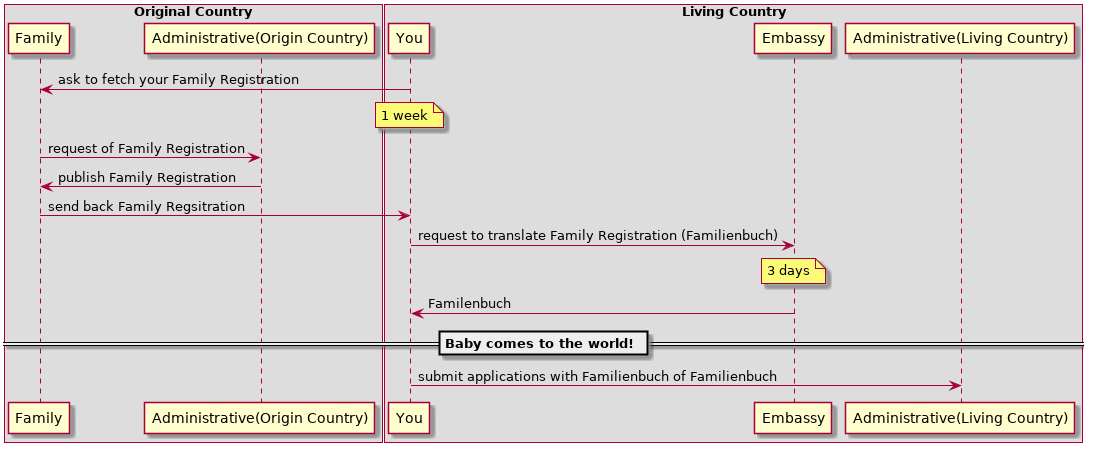
camparijet/camparijet.github.io keeps this PlantUML diagram as images/en_sequence_with_family.png. Above is the earlier version.
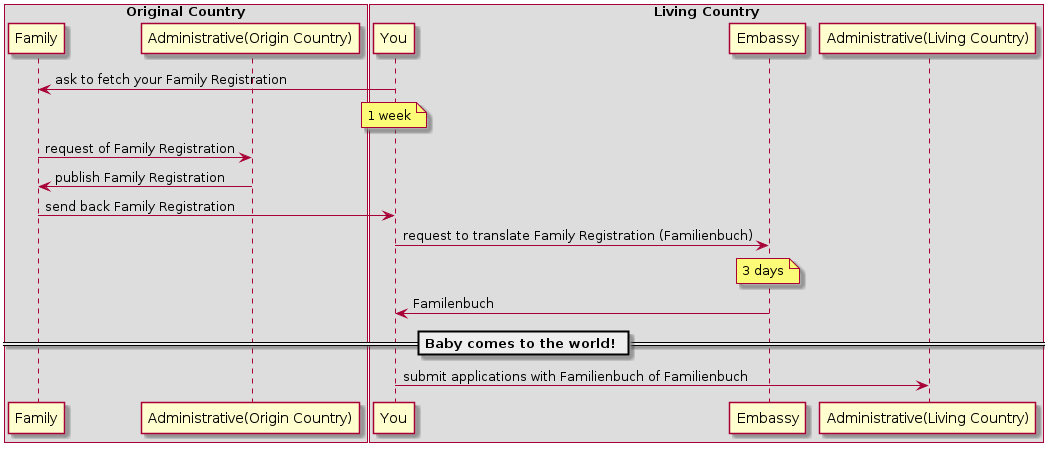
After the change.

The edit, as a diff of the source:
```diff
@@ -14,7 +14,7 @@
 note over You: 1 week
 Family->origin: request of Family Registration
 origin->Family: publish Family Registration
-Family->You: send back Family Regsitration
+Family->You: send back Family Registration
 
 You->Embassy: request to translate Family Registration (Familienbuch)
 note over Embassy: 3 days
```
